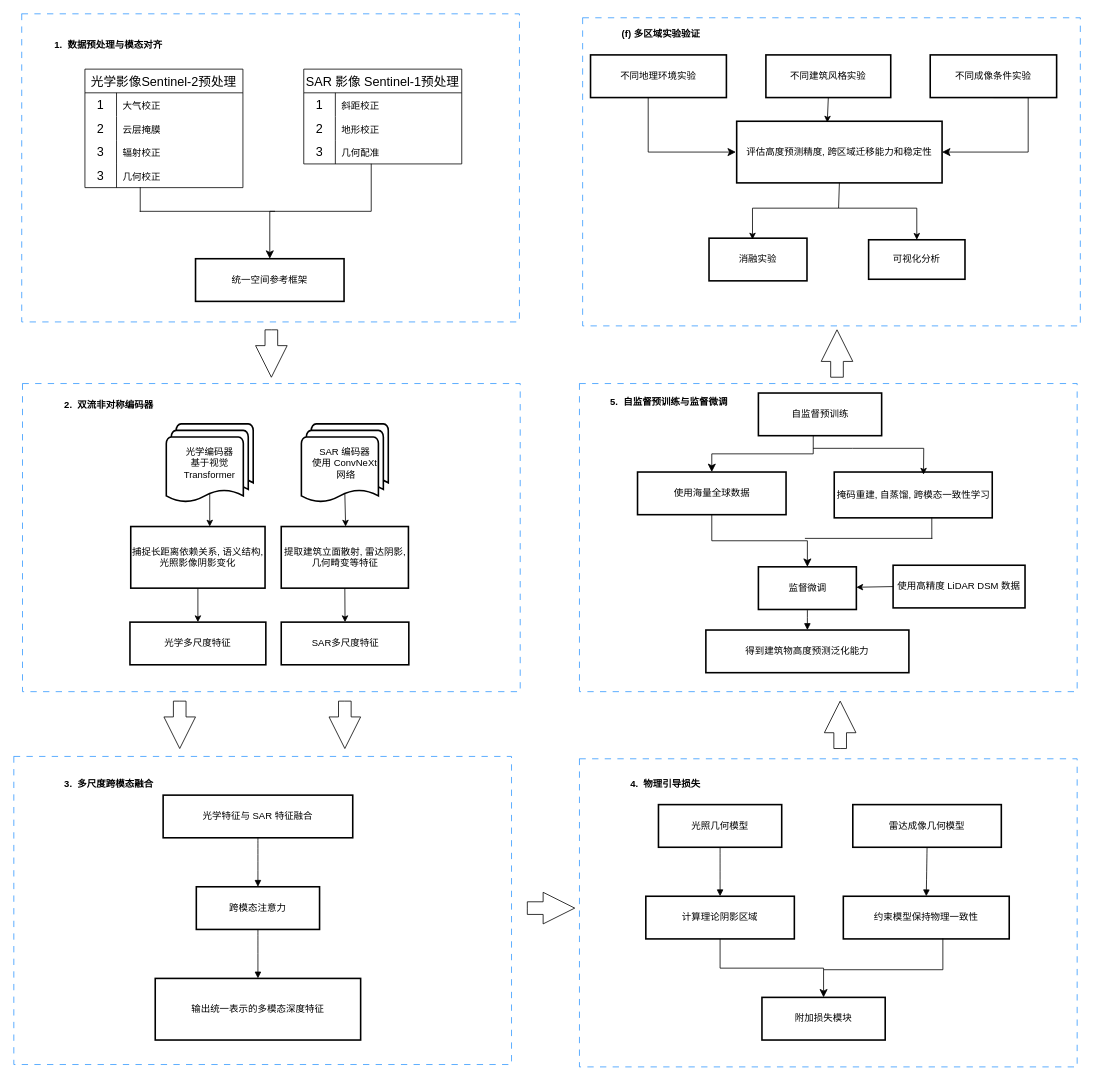
This is bdh1.drawio from SosDay123/BDHNet, a draw.io file, before an edit. Source tidied: cells renumbered, new cells numbered last; positions are measured from the earlier drawing's top-left corner, leaving out a move shared by most shapes. Both pictures are drawn from the tidied source at 79%, with x=0, y=0 at pixel (13, 13).
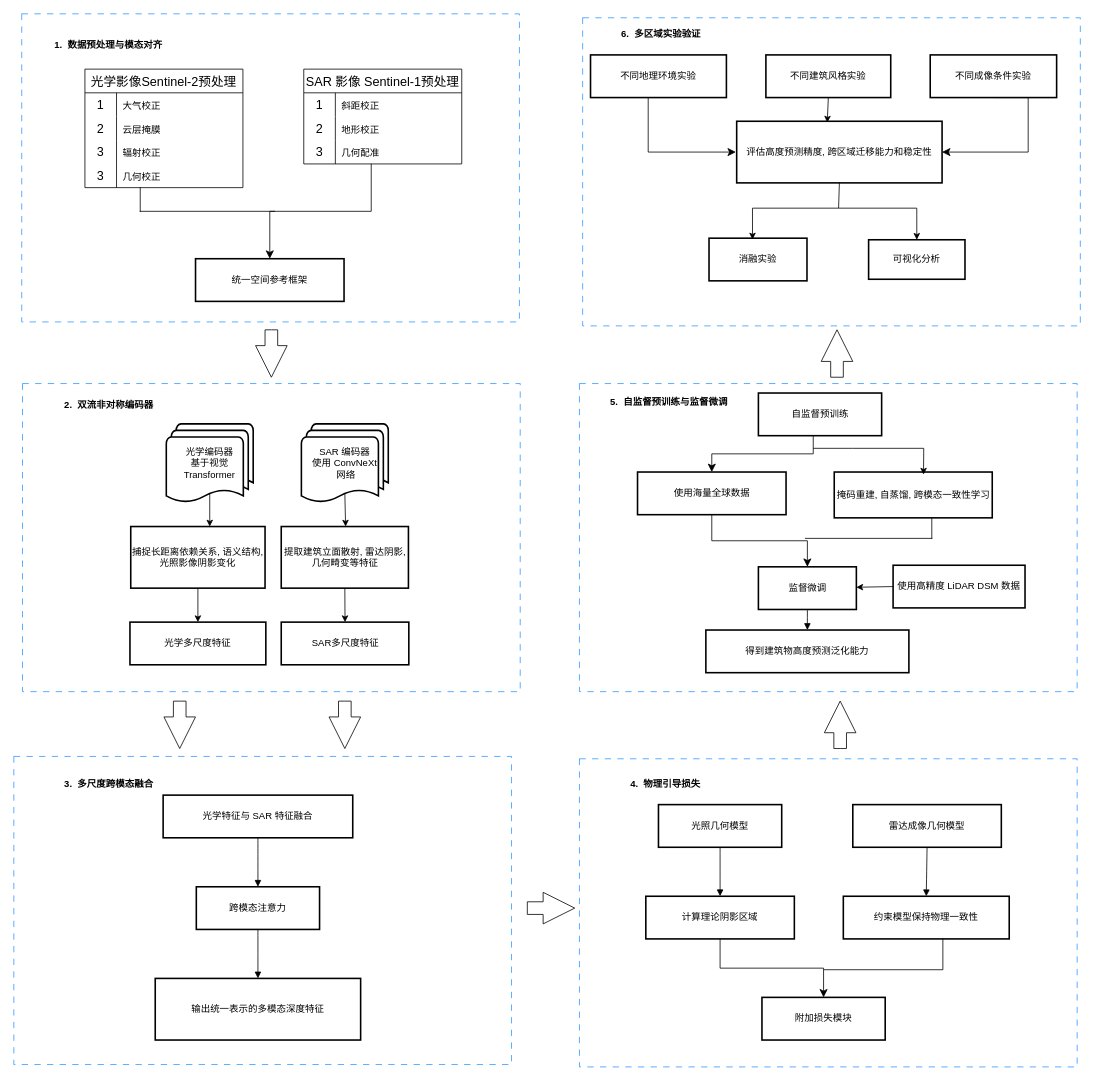
The same page after the edit.

Change to the diagram source:
```diff
@@
-    <mxCell id="79" value="(f) 多区域实验验证" style="whiteSpace=wrap;strokeWidth=2;strokeColor=#FFFFFF;fontStyle=1;" parent="1" vertex="1">
+    <mxCell id="79" value="6.  多区域实验验证" style="whiteSpace=wrap;strokeWidth=2;strokeColor=#FFFFFF;fontStyle=1;" parent="1" vertex="1">
       <mxGeometry x="730" y="11" width="178.5" height="29" as="geometry" />
     </mxCell>
```
